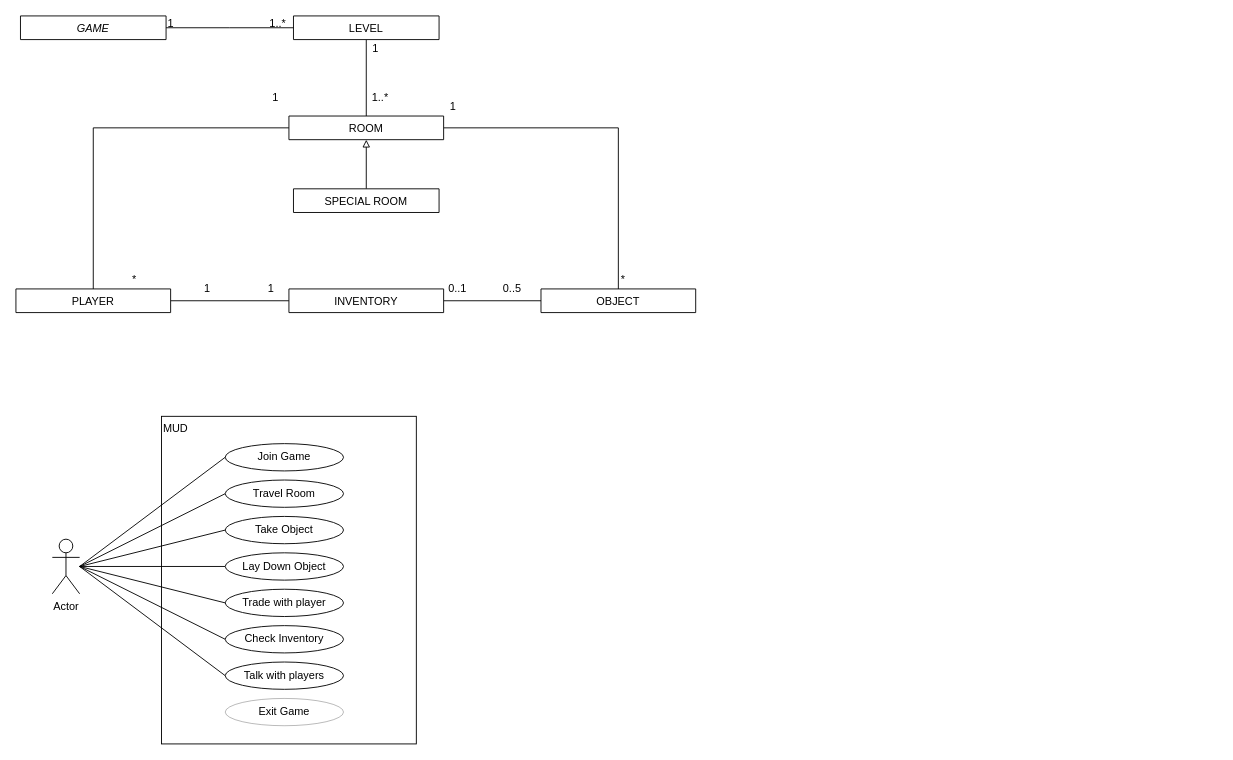
The draw.io diagram MUD.drawio in rudfor/MUD, before the edit. Source tidied: cells renumbered, new cells numbered last; positions are measured from the earlier drawing's top-left corner, leaving out a move shared by most shapes. Both pictures are drawn from the tidied source at 91%, with x=0, y=0 at pixel (15, 15).
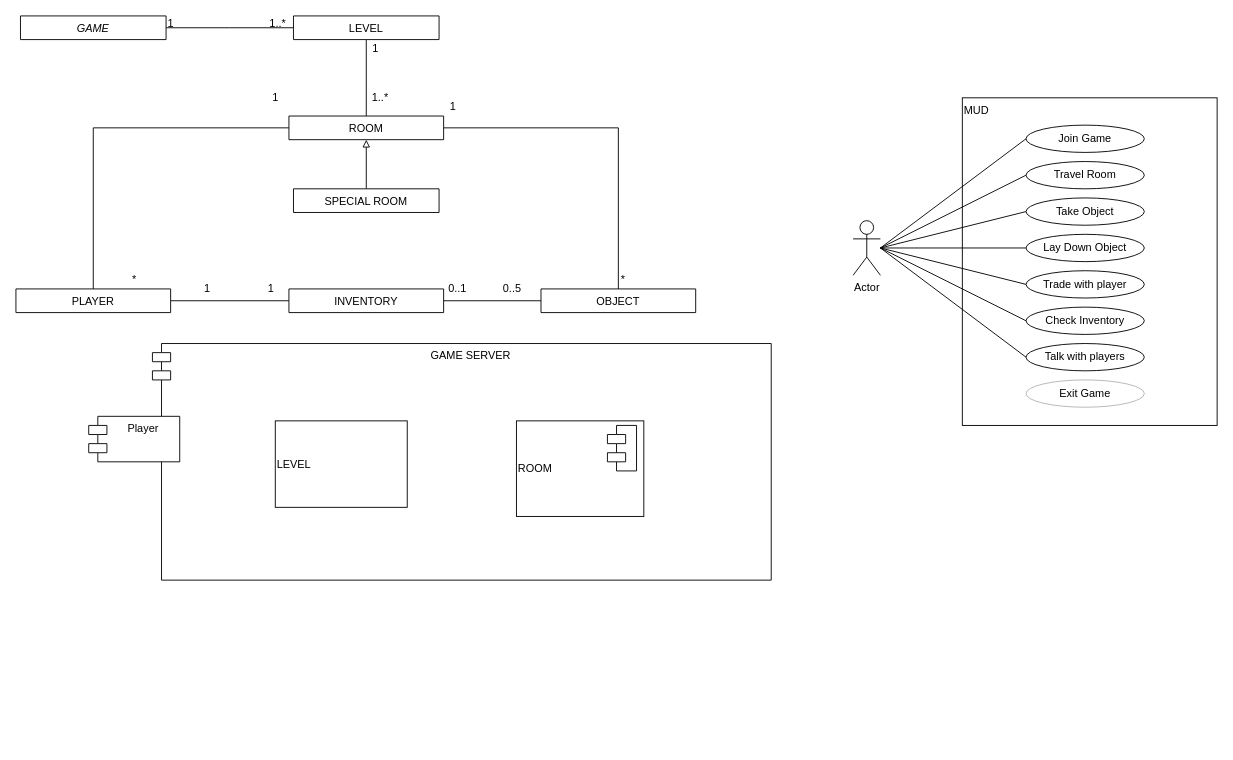
After the change.

Change to the diagram source:
```diff
@@
-    <mxCell id="2" value="MUD" style="rounded=0;whiteSpace=wrap;html=1;align=left;verticalAlign=top;" parent="1" vertex="1">
-      <mxGeometry x="160" y="440" width="280" height="360" as="geometry" />
-    </mxCell>
+    <mxCell id="46" value="GAME SERVER" style="shape=module;align=left;spacingLeft=20;align=center;verticalAlign=top;" parent="1" vertex="1">
+      <mxGeometry x="150" y="360" width="680" height="260" as="geometry" />
+    </mxCell>
+    <mxCell id="47" value="ROOM" style="html=1;align=left;" parent="1" vertex="1">
+      <mxGeometry x="550" y="445" width="140" height="105" as="geometry" />
+    </mxCell>
+    <mxCell id="48" style="shape=module;align=left;spacingLeft=20;align=center;verticalAlign=top;" parent="1" vertex="1">
+      <mxGeometry x="650" y="450" width="32" height="50" as="geometry" />
+    </mxCell>
@@
-    <mxCell id="30" style="edgeStyle=none;rounded=0;jettySize=auto;html=1;entryX=0;entryY=0.5;entryDx=0;entryDy=0;startArrow=none;startFill=0;endArrow=none;endFill=0;" parent="1" edge="1" target="41">
-      <mxGeometry relative="1" as="geometry">
-        <mxPoint x="70" y="605" as="sourcePoint" />
-      </mxGeometry>
-    </mxCell>
-    <mxCell id="31" style="edgeStyle=none;rounded=0;jettySize=auto;html=1;entryX=0;entryY=0.5;entryDx=0;entryDy=0;startArrow=none;startFill=0;endArrow=none;endFill=0;" parent="1" edge="1" target="38">
-      <mxGeometry relative="1" as="geometry">
-        <mxPoint x="70" y="605" as="sourcePoint" />
-      </mxGeometry>
-    </mxCell>
+    <mxCell id="2" value="MUD" style="rounded=0;whiteSpace=wrap;html=1;align=left;verticalAlign=top;" parent="1" vertex="1">
+      <mxGeometry x="1040" y="90" width="280" height="360" as="geometry" />
+    </mxCell>
+    <mxCell id="49" style="edgeStyle=none;rounded=0;jettySize=auto;html=1;entryX=0;entryY=0.5;entryDx=0;entryDy=0;startArrow=none;startFill=0;endArrow=none;endFill=0;" parent="1" edge="1" target="41">
+      <mxGeometry relative="1" as="geometry">
+        <mxPoint x="950" y="255" as="sourcePoint" />
+      </mxGeometry>
+    </mxCell>
+    <mxCell id="50" style="edgeStyle=none;rounded=0;jettySize=auto;html=1;entryX=0;entryY=0.5;entryDx=0;entryDy=0;startArrow=none;startFill=0;endArrow=none;endFill=0;" parent="1" edge="1" target="38">
+      <mxGeometry relative="1" as="geometry">
+        <mxPoint x="950" y="255" as="sourcePoint" />
+      </mxGeometry>
+    </mxCell>
@@
-    <mxCell id="33" style="edgeStyle=none;rounded=0;jettySize=auto;html=1;entryX=0;entryY=0.5;entryDx=0;entryDy=0;startArrow=none;startFill=0;endArrow=none;endFill=0;" parent="1" edge="1" target="42">
-      <mxGeometry relative="1" as="geometry">
-        <mxPoint x="70" y="605" as="sourcePoint" />
-      </mxGeometry>
-    </mxCell>
-    <mxCell id="34" style="edgeStyle=none;rounded=0;jettySize=auto;html=1;entryX=0;entryY=0.5;entryDx=0;entryDy=0;startArrow=none;startFill=0;endArrow=none;endFill=0;" parent="1" edge="1" target="43">
-      <mxGeometry relative="1" as="geometry">
-        <mxPoint x="70" y="605" as="sourcePoint" />
-      </mxGeometry>
-    </mxCell>
-    <mxCell id="35" style="edgeStyle=none;rounded=0;jettySize=auto;html=1;entryX=0;entryY=0.5;entryDx=0;entryDy=0;startArrow=none;startFill=0;endArrow=none;endFill=0;" parent="1" edge="1" target="44">
-      <mxGeometry relative="1" as="geometry">
-        <mxPoint x="70" y="605" as="sourcePoint" />
-      </mxGeometry>
-    </mxCell>
+    <mxCell id="51" style="edgeStyle=none;rounded=0;jettySize=auto;html=1;entryX=0;entryY=0.5;entryDx=0;entryDy=0;startArrow=none;startFill=0;endArrow=none;endFill=0;" parent="1" edge="1" target="42">
+      <mxGeometry relative="1" as="geometry">
+        <mxPoint x="950" y="255" as="sourcePoint" />
+      </mxGeometry>
+    </mxCell>
+    <mxCell id="52" style="edgeStyle=none;rounded=0;jettySize=auto;html=1;entryX=0;entryY=0.5;entryDx=0;entryDy=0;startArrow=none;startFill=0;endArrow=none;endFill=0;" parent="1" edge="1" target="43">
+      <mxGeometry relative="1" as="geometry">
+        <mxPoint x="950" y="255" as="sourcePoint" />
+      </mxGeometry>
+    </mxCell>
+    <mxCell id="53" style="edgeStyle=none;rounded=0;jettySize=auto;html=1;entryX=0;entryY=0.5;entryDx=0;entryDy=0;startArrow=none;startFill=0;endArrow=none;endFill=0;" parent="1" edge="1" target="44">
+      <mxGeometry relative="1" as="geometry">
+        <mxPoint x="950" y="255" as="sourcePoint" />
+      </mxGeometry>
+    </mxCell>
     <mxCell id="36" value="Actor" style="shape=umlActor;verticalLabelPosition=bottom;verticalAlign=top;html=1;outlineConnect=0;" parent="1" vertex="1">
-      <mxGeometry x="40" y="575" width="30" height="60" as="geometry" />
+      <mxGeometry x="920" y="225" width="30" height="60" as="geometry" />
     </mxCell>
     <mxCell id="37" value="Join Game" style="ellipse;whiteSpace=wrap;html=1;" parent="1" vertex="1">
-      <mxGeometry x="230" y="470" width="130" height="30" as="geometry" />
+      <mxGeometry x="1110" y="120" width="130" height="30" as="geometry" />
     </mxCell>
     <mxCell id="38" value="Take Object" style="ellipse;whiteSpace=wrap;html=1;" parent="1" vertex="1">
-      <mxGeometry x="230" y="550" width="130" height="30" as="geometry" />
+      <mxGeometry x="1110" y="200" width="130" height="30" as="geometry" />
     </mxCell>
     <mxCell id="39" value="Lay Down Object" style="ellipse;whiteSpace=wrap;html=1;" parent="1" vertex="1">
-      <mxGeometry x="230" y="590" width="130" height="30" as="geometry" />
+      <mxGeometry x="1110" y="240" width="130" height="30" as="geometry" />
     </mxCell>
-    <mxCell id="40" style="rounded=0;jettySize=auto;html=1;startArrow=none;startFill=0;endArrow=none;endFill=0;entryX=0;entryY=0.5;entryDx=0;entryDy=0;" parent="1" edge="1" target="37">
-      <mxGeometry relative="1" as="geometry">
-        <mxPoint x="70" y="605" as="sourcePoint" />
-      </mxGeometry>
-    </mxCell>
+    <mxCell id="54" style="rounded=0;jettySize=auto;html=1;startArrow=none;startFill=0;endArrow=none;endFill=0;entryX=0;entryY=0.5;entryDx=0;entryDy=0;" parent="1" edge="1" target="37">
+      <mxGeometry relative="1" as="geometry">
+        <mxPoint x="950" y="255" as="sourcePoint" />
+      </mxGeometry>
+    </mxCell>
     <mxCell id="41" value="Travel Room" style="ellipse;whiteSpace=wrap;html=1;" parent="1" vertex="1">
-      <mxGeometry x="230" y="510" width="130" height="30" as="geometry" />
+      <mxGeometry x="1110" y="160" width="130" height="30" as="geometry" />
     </mxCell>
     <mxCell id="42" value="Trade with player" style="ellipse;whiteSpace=wrap;html=1;" parent="1" vertex="1">
-      <mxGeometry x="230" y="630" width="130" height="30" as="geometry" />
+      <mxGeometry x="1110" y="280" width="130" height="30" as="geometry" />
     </mxCell>
     <mxCell id="43" value="Check Inventory" style="ellipse;whiteSpace=wrap;html=1;" parent="1" vertex="1">
-      <mxGeometry x="230" y="670" width="130" height="30" as="geometry" />
+      <mxGeometry x="1110" y="320" width="130" height="30" as="geometry" />
     </mxCell>
     <mxCell id="44" value="Talk with players" style="ellipse;whiteSpace=wrap;html=1;" parent="1" vertex="1">
-      <mxGeometry x="230" y="710" width="130" height="30" as="geometry" />
+      <mxGeometry x="1110" y="360" width="130" height="30" as="geometry" />
     </mxCell>
     <mxCell id="45" value="Exit Game" style="ellipse;whiteSpace=wrap;html=1;opacity=30;" parent="1" vertex="1">
-      <mxGeometry x="230" y="750" width="130" height="30" as="geometry" />
+      <mxGeometry x="1110" y="400" width="130" height="30" as="geometry" />
     </mxCell>
+    <mxCell id="55" value="Player" style="shape=module;align=left;spacingLeft=20;align=center;verticalAlign=top;" parent="1" vertex="1">
+      <mxGeometry x="80" y="440" width="100" height="50" as="geometry" />
+    </mxCell>
+    <mxCell id="56" value="LEVEL" style="html=1;align=left;verticalAlign=middle;" parent="1" vertex="1">
+      <mxGeometry x="285" y="445" width="145" height="95" as="geometry" />
+    </mxCell>
```
